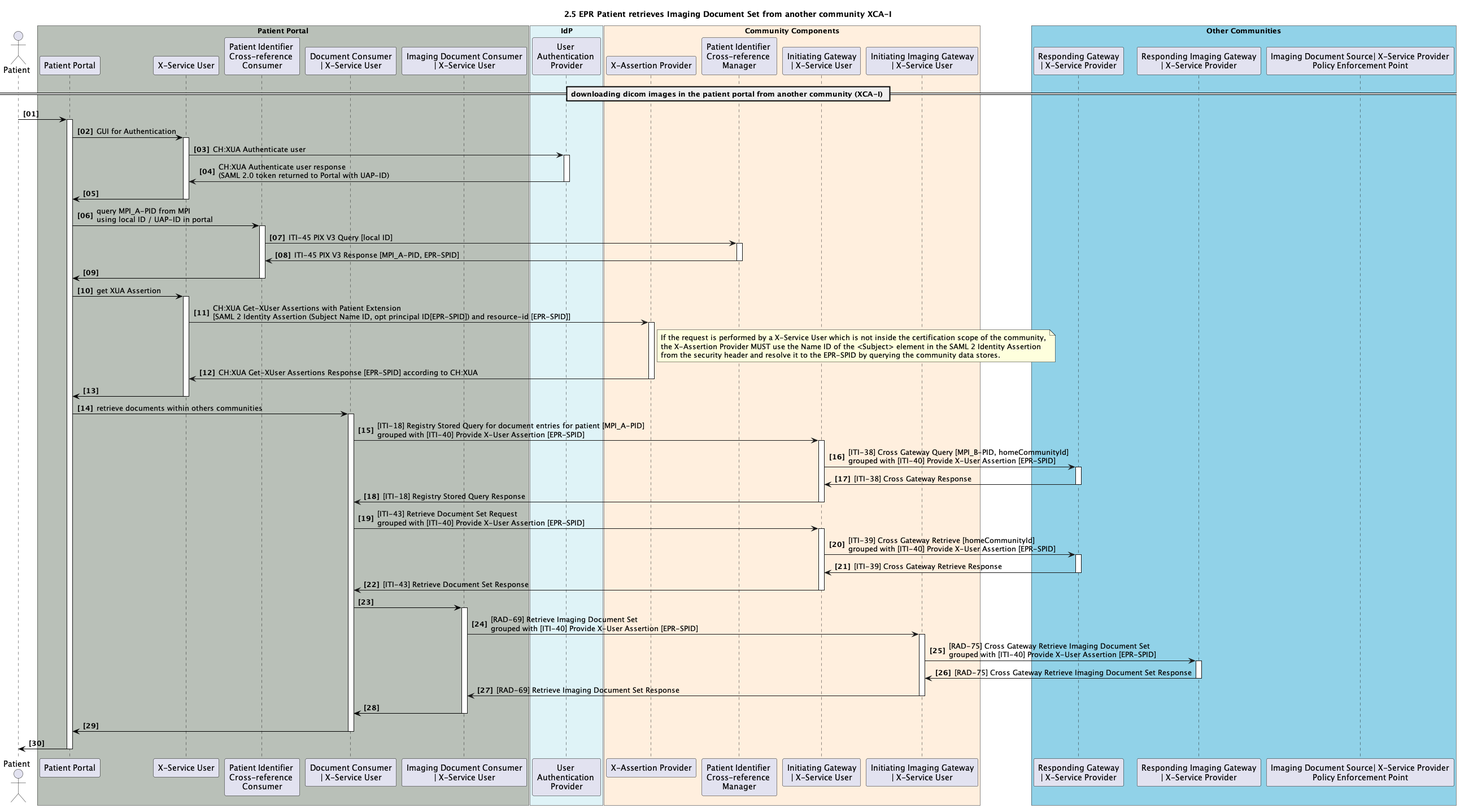
The PlantUML diagram 2_05_EPR_Patient_XDS-I_XCA-I_2of2.plantuml.png in ahdis/ch-epr-seqdiag, before a commit.
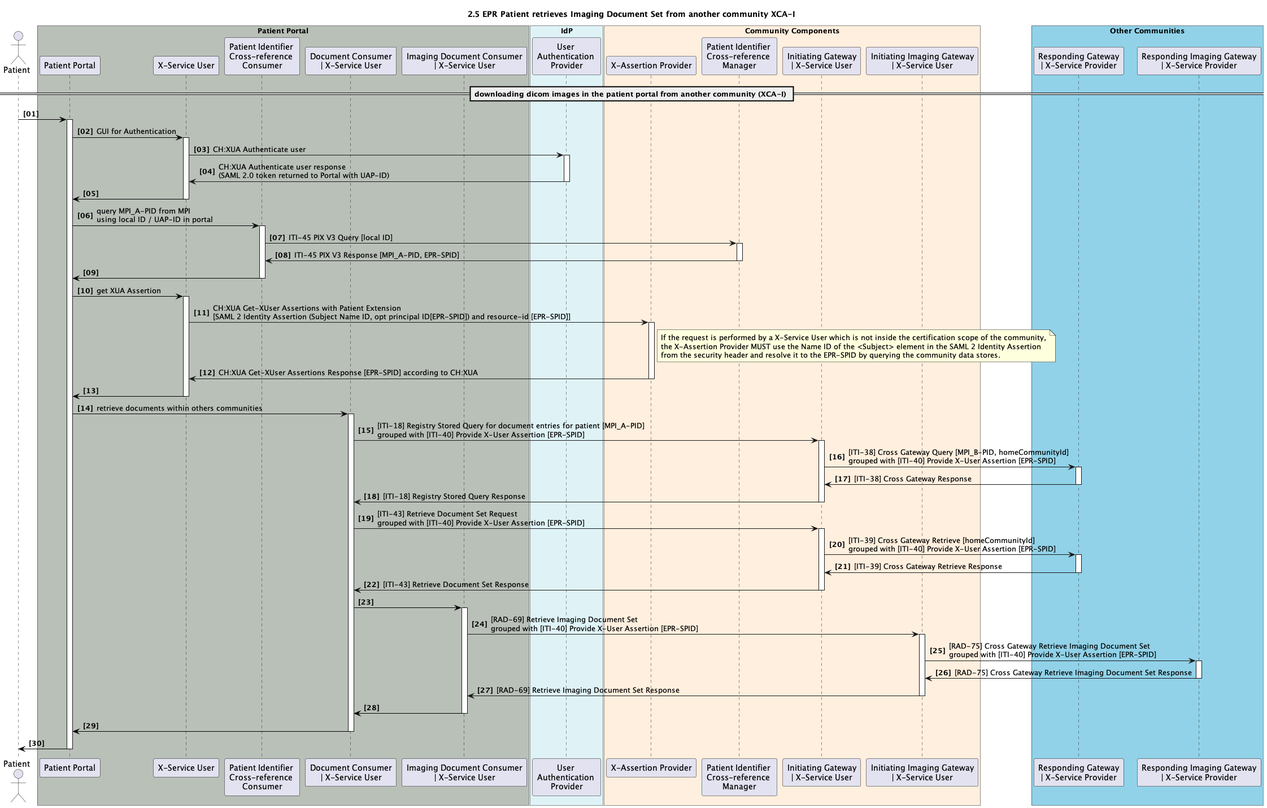
After the commit.

What changed in the source:
```diff
@@ -28,7 +28,6 @@
 box "Other Communities" #91D2E8
 	participant xc_rg as "Responding Gateway\n| X-Service Provider"
 	participant xc_img_rg as "Responding Imaging Gateway\n| X-Service Provider"
-	participant xc_img_docsource as "Imaging Document Source| X-Service Provider\nPolicy Enforcement Point"
 end box
 
 == downloading dicom images in the patient portal from another community (XCA-I) ==
```
